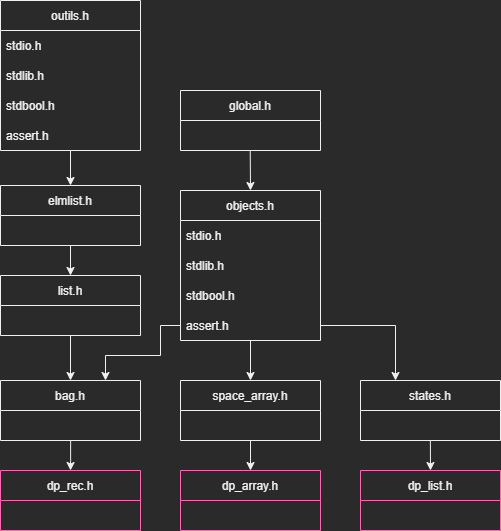
Brice5423/L2_Projet_ProgAv-S3 keeps this draw.io diagram as image/Plan_des_.h.drawio.png. Above is the earlier version. Source tidied: cells renumbered, new cells last; positions are measured from the earlier drawing's top-left corner, leaving out a move shared by most shapes.
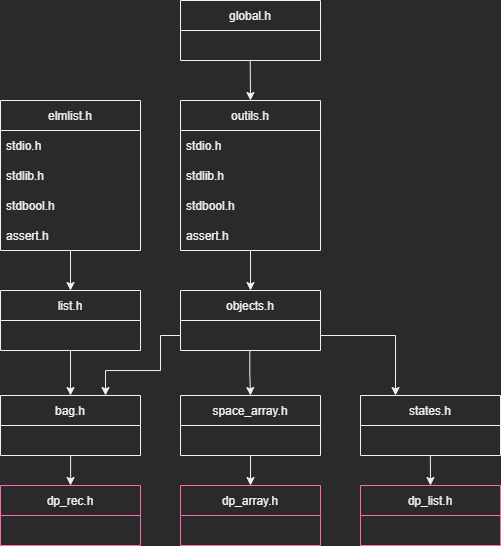
After the commit.

What changed in the source:
```diff
@@ -8,30 +8,21 @@
     <mxCell id="3" value="       " style="text;strokeColor=none;fillColor=none;align=left;verticalAlign=middle;spacingLeft=4;spacingRight=4;overflow=hidden;points=[[0,0.5],[1,0.5]];portConstraint=eastwest;" parent="2" vertex="1">
       <mxGeometry y="30" width="140" height="30" as="geometry" />
     </mxCell>
-    <mxCell id="4" style="edgeStyle=orthogonalEdgeStyle;rounded=0;jettySize=auto;html=1;entryX=0.75;entryY=0;entryDx=0;entryDy=0;strokeColor=#F0F0F0;exitX=0;exitY=0.5;exitDx=0;exitDy=0;" parent="1" edge="1" source="9" target="2">
+    <mxCell id="4" style="edgeStyle=orthogonalEdgeStyle;rounded=0;jettySize=auto;html=1;entryX=0.75;entryY=0;entryDx=0;entryDy=0;strokeColor=#F0F0F0;exitX=0;exitY=0.75;exitDx=0;exitDy=0;" parent="1" edge="1" source="5" target="2">
       <mxGeometry relative="1" as="geometry">
         <Array as="points">
-          <mxPoint x="160" y="325" />
+          <mxPoint x="160" y="320" />
           <mxPoint x="160" y="355" />
           <mxPoint x="105" y="355" />
         </Array>
       </mxGeometry>
     </mxCell>
     <mxCell id="5" value="objects.h" style="swimlane;fontStyle=0;horizontal=1;startSize=30;strokeColor=#F0F0F0;" parent="1" vertex="1">
-      <mxGeometry x="180" y="190" width="140" height="150" as="geometry" />
+      <mxGeometry x="180" y="275" width="140" height="60" as="geometry" />
     </mxCell>
-    <mxCell id="6" value="stdio.h" style="text;strokeColor=none;fillColor=none;align=left;verticalAlign=middle;spacingLeft=4;spacingRight=4;overflow=hidden;" parent="5" vertex="1">
-      <mxGeometry y="30" width="140" height="30" as="geometry" />
-    </mxCell>
-    <mxCell id="7" value="stdlib.h" style="text;strokeColor=none;fillColor=none;align=left;verticalAlign=middle;spacingLeft=4;spacingRight=4;overflow=hidden;" parent="5" vertex="1">
-      <mxGeometry y="60" width="140" height="30" as="geometry" />
-    </mxCell>
-    <mxCell id="8" value="stdbool.h" style="text;strokeColor=none;fillColor=none;align=left;verticalAlign=middle;spacingLeft=4;spacingRight=4;overflow=hidden;" parent="5" vertex="1">
-      <mxGeometry y="90" width="140" height="30" as="geometry" />
-    </mxCell>
-    <mxCell id="9" value="assert.h" style="text;strokeColor=none;fillColor=none;align=left;verticalAlign=middle;spacingLeft=4;spacingRight=4;overflow=hidden;points=[[0,0.5],[1,0.5]];portConstraint=eastwest;" parent="5" vertex="1">
-      <mxGeometry y="120" width="140" height="30" as="geometry" />
-    </mxCell>
+    <mxCell id="15" value="   " style="text;strokeColor=none;fillColor=none;align=left;verticalAlign=middle;spacingLeft=4;spacingRight=4;overflow=hidden;points=[[0,0.5],[1,0.5]];portConstraint=eastwest;" parent="5" vertex="1">
+      <mxGeometry y="30" width="140" height="30" as="geometry" />
+    </mxCell>
     <mxCell id="10" style="edgeStyle=orthogonalEdgeStyle;rounded=0;jettySize=auto;html=1;exitX=0.5;exitY=1;exitDx=0;exitDy=0;entryX=0.5;entryY=0;entryDx=0;entryDy=0;strokeColor=#F0F0F0;exitPerimeter=0;" parent="1" edge="1" source="12" target="2">
       <mxGeometry relative="1" as="geometry" />
     </mxCell>
@@ -45,13 +36,22 @@
       <mxGeometry relative="1" as="geometry" />
     </mxCell>
     <mxCell id="14" value="elmlist.h" style="swimlane;fontStyle=0;horizontal=1;startSize=30;strokeColor=#F0F0F0;fillColor=#2A2A2A;" parent="1" vertex="1">
-      <mxGeometry y="185" width="140" height="60" as="geometry" />
+      <mxGeometry y="85" width="140" height="150" as="geometry" />
     </mxCell>
-    <mxCell id="15" value="   " style="text;strokeColor=none;fillColor=none;align=left;verticalAlign=middle;spacingLeft=4;spacingRight=4;overflow=hidden;points=[[0,0.5],[1,0.5]];portConstraint=eastwest;" parent="14" vertex="1">
-      <mxGeometry y="30" width="140" height="30" as="geometry" />
-    </mxCell>
+    <mxCell id="6" value="stdio.h" style="text;strokeColor=none;fillColor=none;align=left;verticalAlign=middle;spacingLeft=4;spacingRight=4;overflow=hidden;" parent="14" vertex="1">
+      <mxGeometry y="30" width="140" height="30" as="geometry" />
+    </mxCell>
+    <mxCell id="7" value="stdlib.h" style="text;strokeColor=none;fillColor=none;align=left;verticalAlign=middle;spacingLeft=4;spacingRight=4;overflow=hidden;" parent="14" vertex="1">
+      <mxGeometry y="60" width="140" height="30" as="geometry" />
+    </mxCell>
+    <mxCell id="8" value="stdbool.h" style="text;strokeColor=none;fillColor=none;align=left;verticalAlign=middle;spacingLeft=4;spacingRight=4;overflow=hidden;" parent="14" vertex="1">
+      <mxGeometry y="90" width="140" height="30" as="geometry" />
+    </mxCell>
+    <mxCell id="9" value="assert.h" style="text;strokeColor=none;fillColor=none;align=left;verticalAlign=middle;spacingLeft=4;spacingRight=4;overflow=hidden;points=[[0,0.5],[1,0.5]];portConstraint=eastwest;" parent="14" vertex="1">
+      <mxGeometry y="120" width="140" height="30" as="geometry" />
+    </mxCell>
     <mxCell id="16" value="global.h" style="swimlane;fontStyle=0;horizontal=1;startSize=30;strokeColor=#F0F0F0;fillColor=#2A2A2A;" parent="1" vertex="1">
-      <mxGeometry x="180" y="90" width="140" height="60" as="geometry" />
+      <mxGeometry x="180" y="-15" width="140" height="60" as="geometry" />
     </mxCell>
     <mxCell id="17" value="   " style="text;strokeColor=none;fillColor=none;align=left;verticalAlign=middle;spacingLeft=4;spacingRight=4;overflow=hidden;points=[[0,0.5],[1,0.5]];portConstraint=eastwest;" parent="16" vertex="1">
       <mxGeometry y="30" width="140" height="30" as="geometry" />
@@ -84,13 +84,13 @@
     <mxCell id="25" style="edgeStyle=orthogonalEdgeStyle;rounded=0;jettySize=auto;html=1;entryX=0.5;entryY=0;entryDx=0;entryDy=0;strokeColor=#F0F0F0;exitX=0.499;exitY=1;exitDx=0;exitDy=0;exitPerimeter=0;" parent="1" edge="1" source="24" target="21">
       <mxGeometry relative="1" as="geometry" />
     </mxCell>
-    <mxCell id="26" style="edgeStyle=orthogonalEdgeStyle;rounded=0;jettySize=auto;html=1;exitX=1;exitY=0.5;exitDx=0;exitDy=0;entryX=0.25;entryY=0;entryDx=0;entryDy=0;strokeColor=#F0F0F0;" parent="1" edge="1" source="9" target="23">
+    <mxCell id="26" style="edgeStyle=orthogonalEdgeStyle;rounded=0;jettySize=auto;html=1;exitX=1;exitY=0.5;exitDx=0;exitDy=0;entryX=0.25;entryY=0;entryDx=0;entryDy=0;strokeColor=#F0F0F0;" parent="1" edge="1" source="15" target="23">
       <mxGeometry relative="1" as="geometry" />
     </mxCell>
-    <mxCell id="27" style="edgeStyle=orthogonalEdgeStyle;rounded=0;jettySize=auto;html=1;entryX=0.5;entryY=0;entryDx=0;entryDy=0;strokeColor=#F0F0F0;exitX=0.498;exitY=0.99;exitDx=0;exitDy=0;exitPerimeter=0;" parent="1" edge="1" source="17" target="5">
+    <mxCell id="27" style="edgeStyle=orthogonalEdgeStyle;rounded=0;jettySize=auto;html=1;strokeColor=#F0F0F0;exitX=0.498;exitY=0.99;exitDx=0;exitDy=0;exitPerimeter=0;entryX=0.5;entryY=0;entryDx=0;entryDy=0;" parent="1" edge="1" source="17" target="35">
       <mxGeometry relative="1" as="geometry">
         <Array as="points">
-          <mxPoint x="250" y="150" />
+          <mxPoint x="250" y="45" />
         </Array>
       </mxGeometry>
     </mxCell>
@@ -100,7 +100,7 @@
     <mxCell id="29" value="        " style="text;strokeColor=none;fillColor=none;align=left;verticalAlign=middle;spacingLeft=4;spacingRight=4;overflow=hidden;" parent="28" vertex="1">
       <mxGeometry y="30" width="140" height="30" as="geometry" />
     </mxCell>
-    <mxCell id="30" style="edgeStyle=orthogonalEdgeStyle;rounded=0;jettySize=auto;html=1;entryX=0.5;entryY=0;entryDx=0;entryDy=0;strokeColor=#F0F0F0;exitX=0.5;exitY=0.997;exitDx=0;exitDy=0;exitPerimeter=0;" parent="1" edge="1" source="9" target="28">
+    <mxCell id="30" style="edgeStyle=orthogonalEdgeStyle;rounded=0;jettySize=auto;html=1;entryX=0.5;entryY=0;entryDx=0;entryDy=0;strokeColor=#F0F0F0;exitX=0.495;exitY=1.026;exitDx=0;exitDy=0;exitPerimeter=0;" parent="1" edge="1" source="15" target="28">
       <mxGeometry relative="1" as="geometry" />
     </mxCell>
     <mxCell id="31" value="dp_array.h" style="swimlane;fontStyle=0;horizontal=1;startSize=30;strokeColor=#FF66B3;fillColor=#2A2A2A;" parent="1" vertex="1">
@@ -112,11 +112,11 @@
     <mxCell id="33" style="edgeStyle=orthogonalEdgeStyle;rounded=0;jettySize=auto;html=1;entryX=0.5;entryY=0;entryDx=0;entryDy=0;strokeColor=#F0F0F0;exitX=0.5;exitY=1;exitDx=0;exitDy=0;" parent="1" edge="1" source="28" target="31">
       <mxGeometry relative="1" as="geometry" />
     </mxCell>
-    <mxCell id="34" style="edgeStyle=orthogonalEdgeStyle;rounded=0;jettySize=auto;html=1;entryX=0.5;entryY=0;entryDx=0;entryDy=0;" parent="1" edge="1" source="35" target="14">
+    <mxCell id="34" style="edgeStyle=orthogonalEdgeStyle;rounded=0;jettySize=auto;html=1;entryX=0.5;entryY=0;entryDx=0;entryDy=0;" parent="1" edge="1" source="35" target="5">
       <mxGeometry relative="1" as="geometry" />
     </mxCell>
     <mxCell id="35" value="outils.h" style="swimlane;fontStyle=0;horizontal=1;startSize=30;strokeColor=#F0F0F0;fillColor=#2A2A2A;" parent="1" vertex="1">
-      <mxGeometry width="140" height="150" as="geometry" />
+      <mxGeometry x="180" y="85" width="140" height="150" as="geometry" />
     </mxCell>
     <mxCell id="36" value="stdio.h" style="text;strokeColor=none;fillColor=none;align=left;verticalAlign=middle;spacingLeft=4;spacingRight=4;overflow=hidden;" parent="35" vertex="1">
       <mxGeometry y="30" width="140" height="30" as="geometry" />
```
